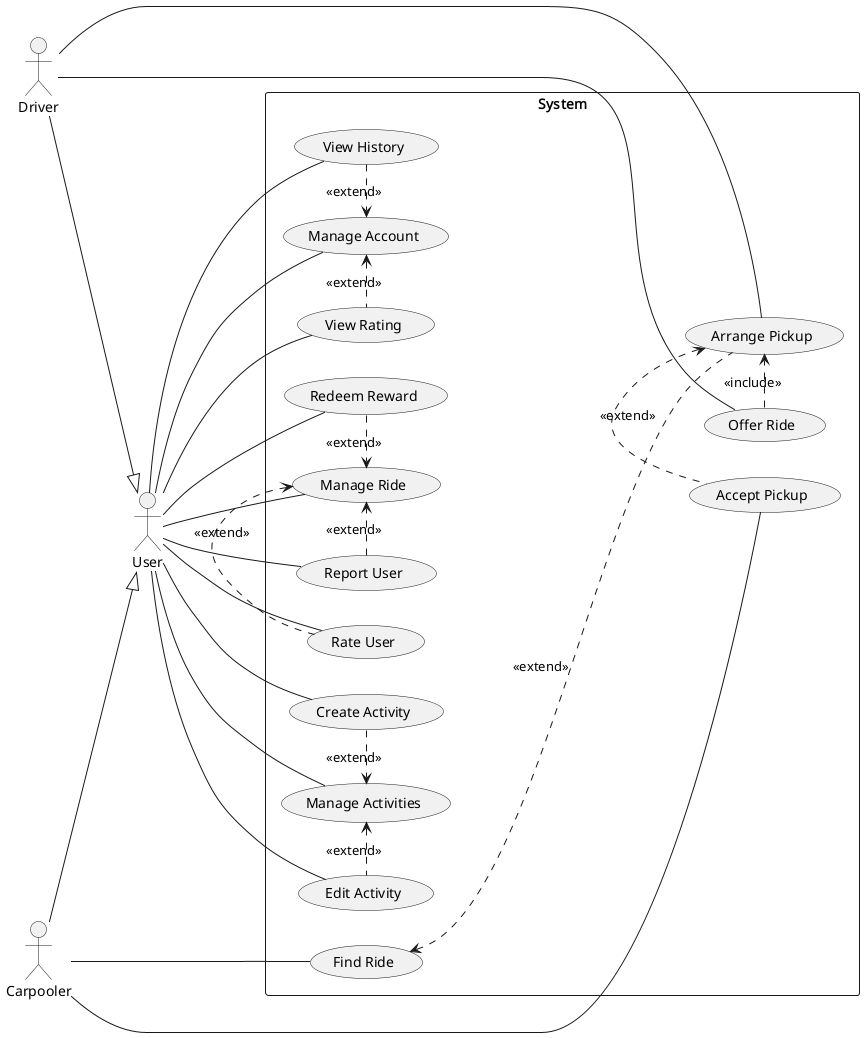
Before: images/uml/use-cases.png, a diagram exported from PlantUML (YannisRavasopoulos/ProjectSD_S6).
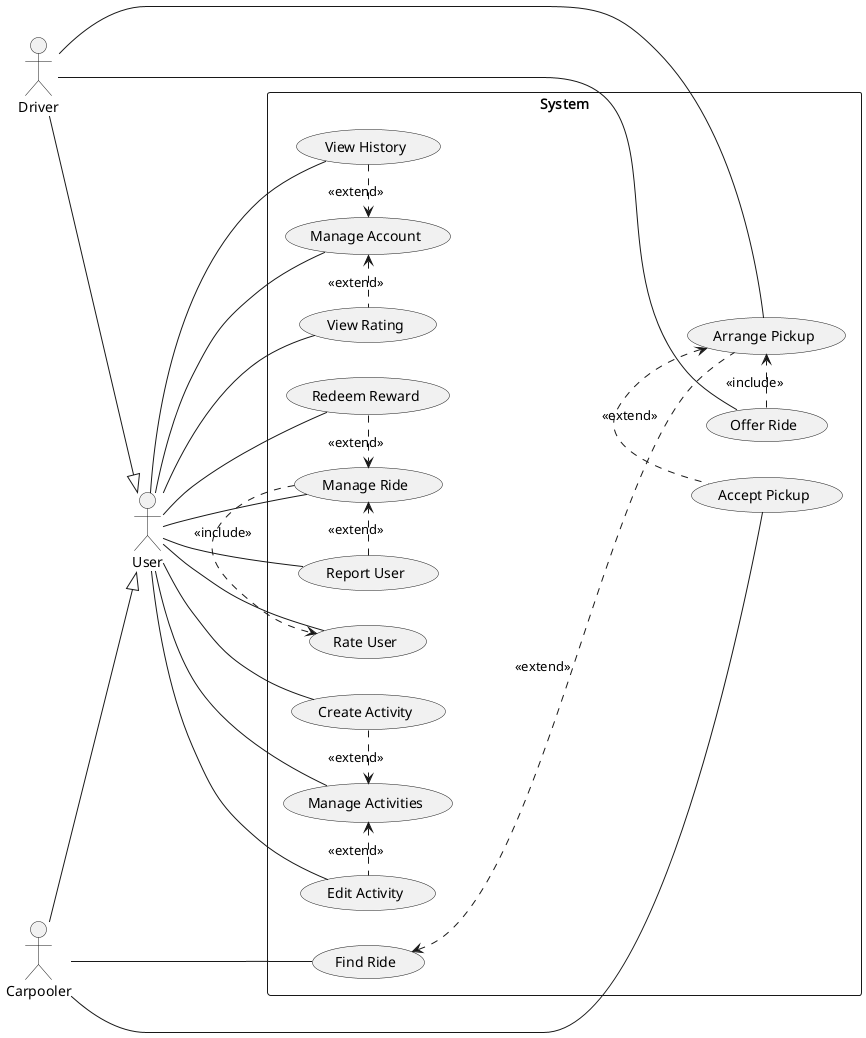
After the commit.

Change to the diagram source:
```diff
@@ -61,7 +61,7 @@
 
 "Manage Ride" <.-left- "Redeem Reward": "<<extend>>"
 "Manage Ride" <.-left- "Report User": "<<extend>>"
-"Manage Ride" <.-right- "Rate User": "<<extend>>"
+"Manage Ride" -right-.> "Rate User": "<<include>>"
 
 User -- "Manage Ride"
 
```
